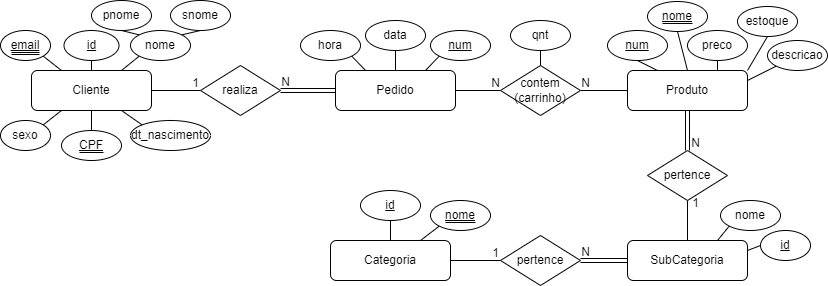
Earlier version of the draw.io export EntregaA/DER.png (gabryeleite/PetStation). Source tidied: cells renumbered, new cells last; positions are measured from the earlier drawing's top-left corner, leaving out a move shared by most shapes.
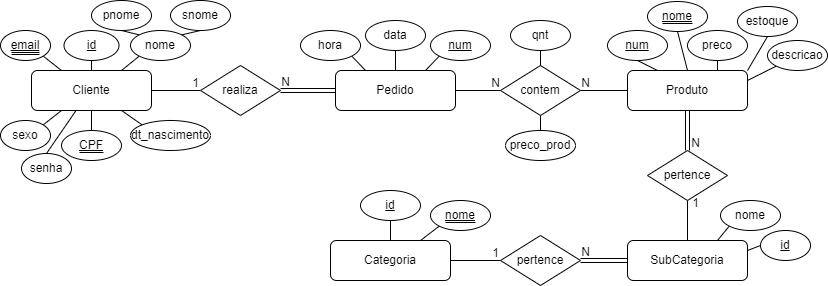
After the change.

What changed in the source:
```diff
@@ -110,7 +110,7 @@
     <mxCell id="37" style="rounded=0;jettySize=auto;html=1;exitX=1;exitY=0.5;exitDx=0;exitDy=0;entryX=0;entryY=0.5;entryDx=0;entryDy=0;endArrow=none;endFill=0;" parent="1" edge="1" source="38" target="3">
       <mxGeometry relative="1" as="geometry" />
     </mxCell>
-    <mxCell id="38" value="contem&lt;br&gt;(carrinho)" style="rhombus;whiteSpace=wrap;html=1;" parent="1" vertex="1">
+    <mxCell id="38" value="contem" style="rhombus;whiteSpace=wrap;html=1;" parent="1" vertex="1">
       <mxGeometry x="500" y="65" width="80" height="50" as="geometry" />
     </mxCell>
     <mxCell id="39" style="rounded=0;jettySize=auto;html=1;exitX=0.5;exitY=1;exitDx=0;exitDy=0;exitPerimeter=0;entryX=0.145;entryY=0.145;entryDx=0;entryDy=0;entryPerimeter=0;endArrow=none;endFill=0;" parent="1" edge="1" source="28" target="19">
@@ -233,5 +233,17 @@
         <mxPoint x="39" y="52" as="targetPoint" />
       </mxGeometry>
     </mxCell>
+    <mxCell id="74" value="senha" style="strokeWidth=1;html=1;shape=mxgraph.flowchart.start_1;whiteSpace=wrap;" parent="1" vertex="1">
+      <mxGeometry x="21" y="153" width="50" height="30" as="geometry" />
+    </mxCell>
+    <mxCell id="75" style="rounded=0;jettySize=auto;html=1;entryX=0.368;entryY=1.014;entryDx=0;entryDy=0;endArrow=none;endFill=0;entryPerimeter=0;exitX=0.5;exitY=0;exitDx=0;exitDy=0;exitPerimeter=0;" parent="1" edge="1" source="74" target="15">
+      <mxGeometry relative="1" as="geometry" />
+    </mxCell>
+    <mxCell id="76" value="preco_prod" style="strokeWidth=1;html=1;shape=mxgraph.flowchart.start_1;whiteSpace=wrap;" parent="1" vertex="1">
+      <mxGeometry x="505" y="130" width="70" height="30" as="geometry" />
+    </mxCell>
+    <mxCell id="77" style="rounded=0;jettySize=auto;html=1;exitX=0.5;exitY=1;exitDx=0;exitDy=0;entryX=0.5;entryY=0;entryDx=0;entryDy=0;endArrow=none;endFill=0;entryPerimeter=0;" parent="1" edge="1" source="38" target="76">
+      <mxGeometry relative="1" as="geometry" />
+    </mxCell>
   </root>
 </mxGraphModel>
```
